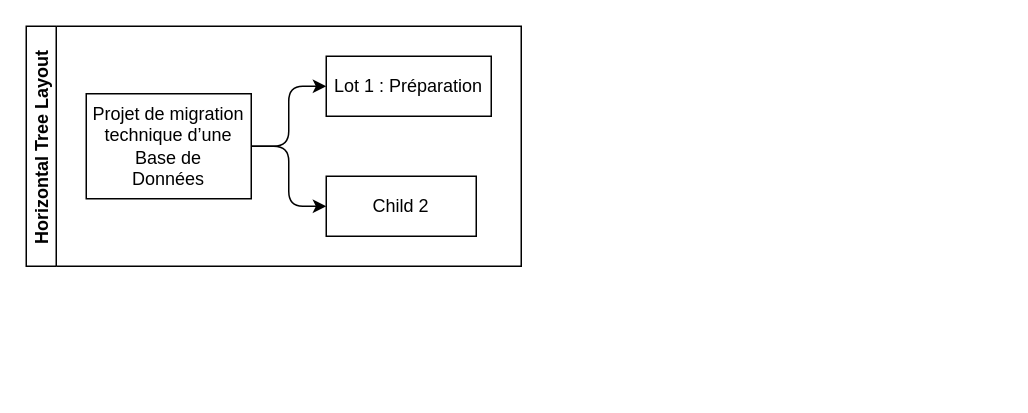
The draw.io diagram TD/TD1/Organigramme_TD1_R2_10.drawio in emeraudeLa/R2.10_GestionProjet, before the edit. Source tidied: cells renumbered, new cells numbered last; positions are measured from the earlier drawing's top-left corner, leaving out a move shared by most shapes. Both pictures are drawn from the tidied source at 150%, with x=0, y=0 at pixel (26, 26).
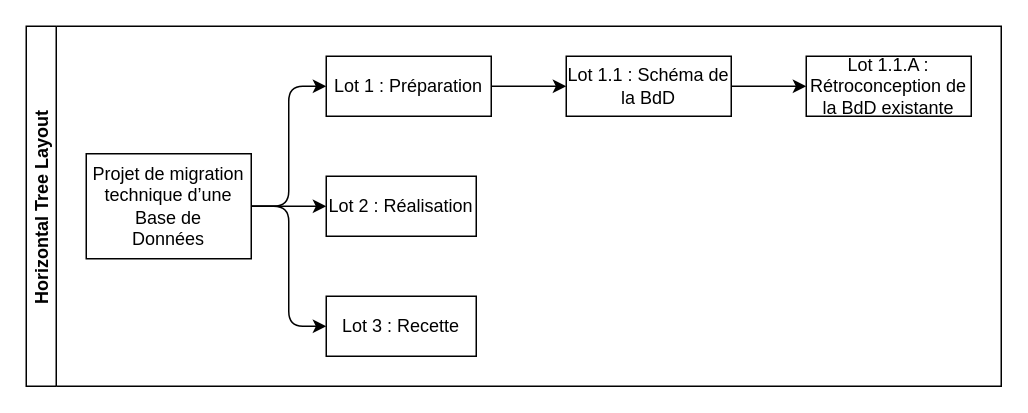
Above is the later version.

Commit message (it also covers changes not shown here):
Mettre à jour Organigramme_TD1_R2_10.drawio

The edit, as a diff of the source:
```diff
@@
 <mxGraphModel>
   <root>
     <mxCell id="0" />
     <mxCell id="1" parent="0" />
     <mxCell id="2" value="Horizontal Tree Layout" style="swimlane;startSize=20;horizontal=0;horizontalTree=1;sortEdges=1;containerType=tree;fontSize=12;" parent="1" vertex="1">
-      <mxGeometry width="330" height="160" as="geometry" />
+      <mxGeometry width="650" height="240" as="geometry" />
     </mxCell>
     <mxCell id="3" value="Projet de migration technique d’une Base de&lt;br&gt;Données" style="whiteSpace=wrap;html=1;" parent="2" vertex="1">
-      <mxGeometry x="40" y="45" width="110" height="70" as="geometry" />
+      <mxGeometry x="40" y="85" width="110" height="70" as="geometry" />
     </mxCell>
     <mxCell id="4" value="Lot 1 : Préparation" style="whiteSpace=wrap;html=1;" parent="2" vertex="1">
       <mxGeometry x="200" y="20" width="110" height="40" as="geometry" />
     </mxCell>
     <mxCell id="5" style="edgeStyle=elbowEdgeStyle;elbow=horizontal;html=1;rounded=1;curved=0;sourcePerimeterSpacing=0;targetPerimeterSpacing=0;startSize=6;endSize=6;" parent="2" edge="1" source="3" target="4">
       <mxGeometry relative="1" as="geometry" />
     </mxCell>
-    <mxCell id="6" value="Child 2" style="whiteSpace=wrap;html=1;" parent="2" vertex="1">
+    <mxCell id="6" value="Lot 2 : Réalisation" style="whiteSpace=wrap;html=1;" parent="2" vertex="1">
       <mxGeometry x="200" y="100" width="100" height="40" as="geometry" />
     </mxCell>
     <mxCell id="7" style="edgeStyle=elbowEdgeStyle;elbow=horizontal;html=1;rounded=1;curved=0;sourcePerimeterSpacing=0;targetPerimeterSpacing=0;startSize=6;endSize=6;" parent="2" edge="1" source="3" target="6">
       <mxGeometry relative="1" as="geometry" />
     </mxCell>
+    <mxCell id="8" style="edgeStyle=elbowEdgeStyle;elbow=horizontal;html=1;rounded=1;curved=0;sourcePerimeterSpacing=0;targetPerimeterSpacing=0;startSize=6;endSize=6;" parent="2" edge="1" source="4" target="9">
+      <mxGeometry relative="1" as="geometry" />
+    </mxCell>
+    <mxCell id="9" value="Lot 1.1 : Schéma de la BdD" style="whiteSpace=wrap;html=1;" parent="2" vertex="1">
+      <mxGeometry x="360" y="20" width="110" height="40" as="geometry" />
+    </mxCell>
+    <mxCell id="10" style="edgeStyle=elbowEdgeStyle;elbow=horizontal;html=1;rounded=1;curved=0;sourcePerimeterSpacing=0;targetPerimeterSpacing=0;startSize=6;endSize=6;" parent="2" edge="1" source="3" target="11">
+      <mxGeometry relative="1" as="geometry" />
+    </mxCell>
+    <mxCell id="11" value="Lot 3 : Recette" style="whiteSpace=wrap;html=1;" parent="2" vertex="1">
+      <mxGeometry x="200" y="180" width="100" height="40" as="geometry" />
+    </mxCell>
+    <mxCell id="12" style="edgeStyle=elbowEdgeStyle;elbow=horizontal;html=1;rounded=1;curved=0;sourcePerimeterSpacing=0;targetPerimeterSpacing=0;startSize=6;endSize=6;" parent="2" edge="1" source="9" target="13">
+      <mxGeometry relative="1" as="geometry" />
+    </mxCell>
+    <mxCell id="13" value="Lot 1.1.A : Rétroconception de la BdD existante" style="whiteSpace=wrap;html=1;" parent="2" vertex="1">
+      <mxGeometry x="520" y="20" width="110" height="40" as="geometry" />
+    </mxCell>
   </root>
 </mxGraphModel>
```
